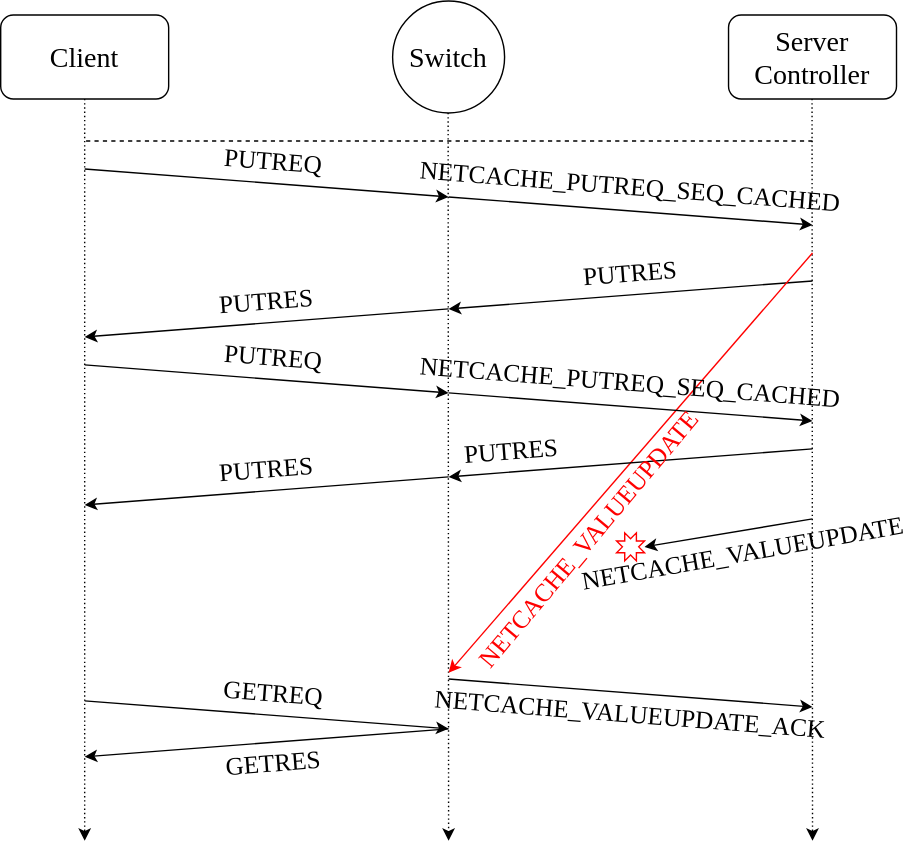
The draw.io diagram timing.svg in CS-icez/VeriNC-Violation, before a commit. Source tidied: cells renumbered, new cells last; positions are measured from the earlier drawing's top-left corner, leaving out a move shared by most shapes.
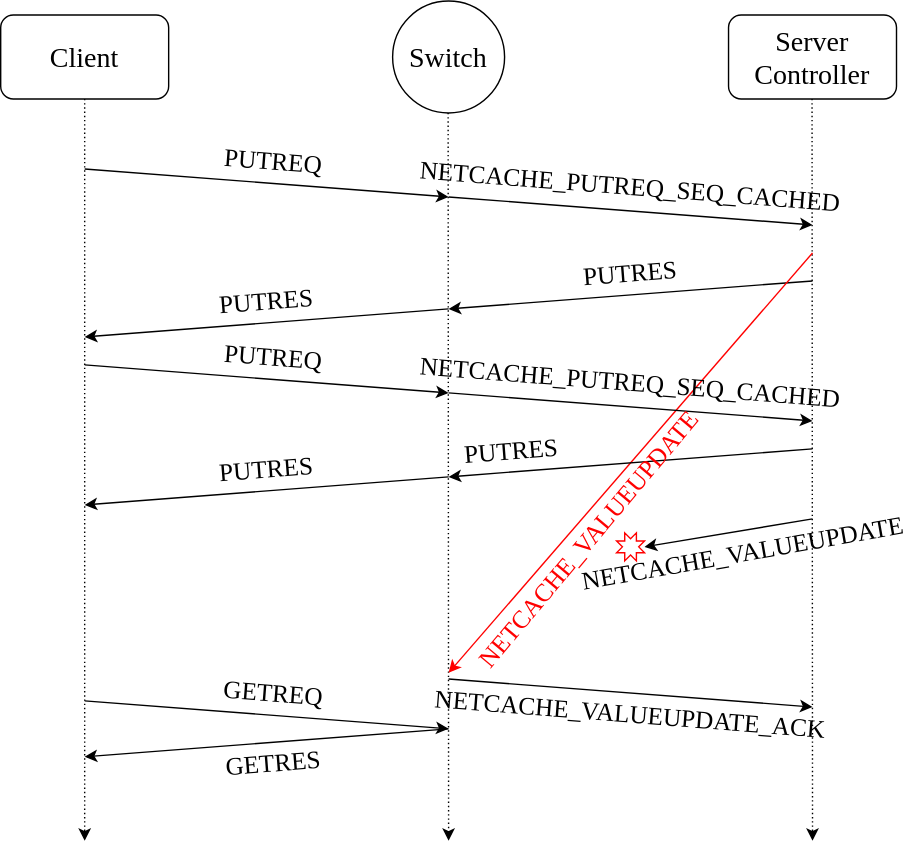
After the change.

Commit message:
update timing diagram

Change to the diagram source:
```diff
@@ -28,12 +28,6 @@
         <mxPoint x="320" y="600" as="targetPoint" />
       </mxGeometry>
     </mxCell>
-    <mxCell id="8" style="endArrow=none;dashed=1;html=1;rounded=0;" parent="1" edge="1">
-      <mxGeometry relative="1" as="geometry">
-        <mxPoint x="580" y="100" as="sourcePoint" />
-        <mxPoint x="60" y="100" as="targetPoint" />
-      </mxGeometry>
-    </mxCell>
     <mxCell id="9" style="endArrow=classic;html=1;rounded=0;" parent="1" edge="1">
       <mxGeometry relative="1" as="geometry">
         <mxPoint x="60" y="120" as="sourcePoint" />
```
